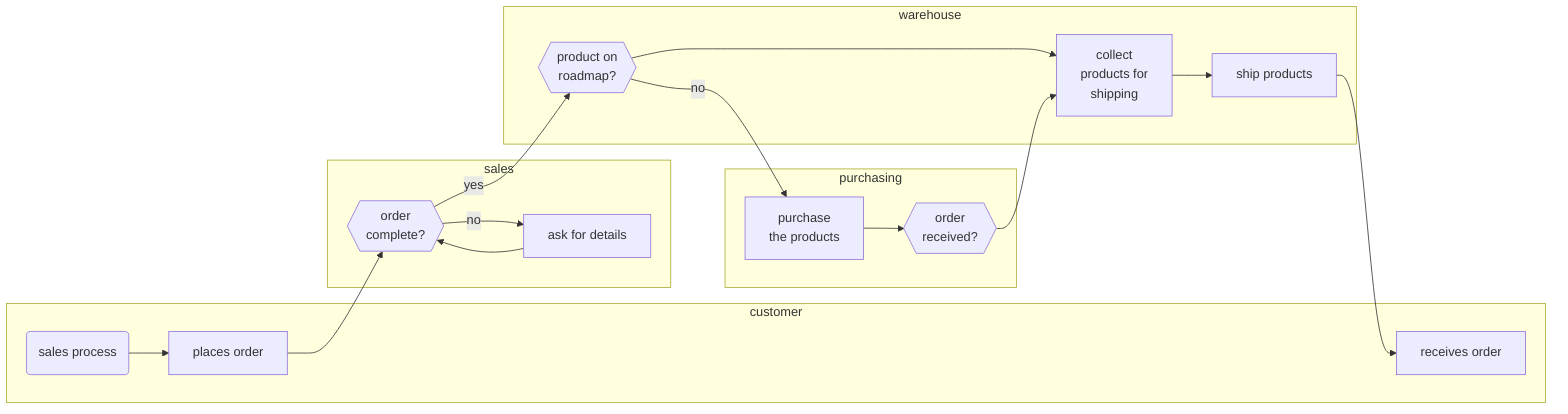
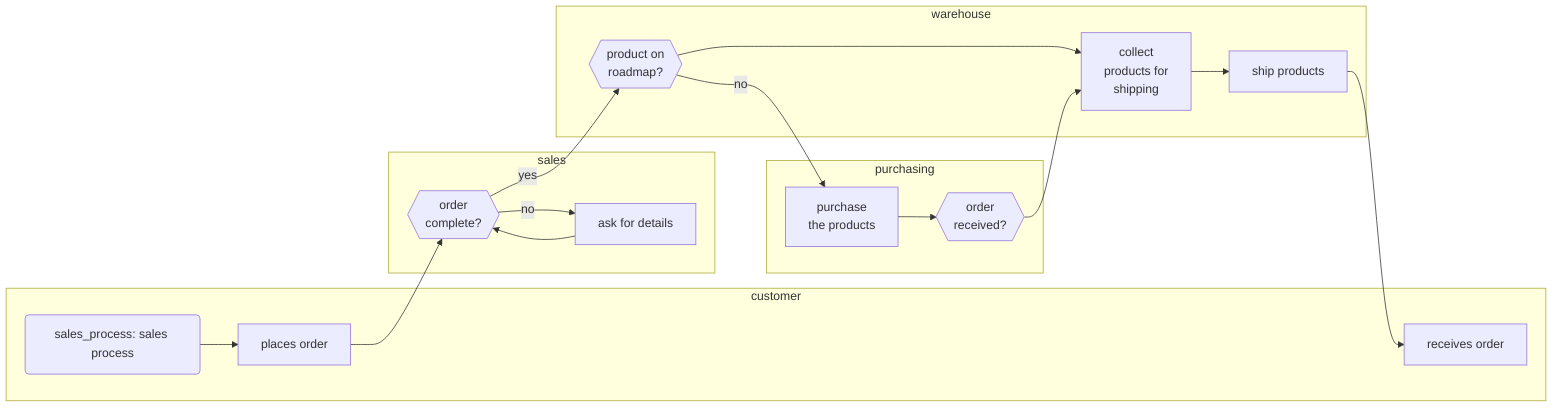
flowchart LR
   subgraph customer
-     sales_process(sales process)
+     sales_process(sales_process: sales process)
    places_order[places order]
    receives_order[receives order]
  end

   subgraph sales
    order_complete{{order<br>complete?}}
    details[ask for details]
  end


  subgraph warehouse
    roadmap{{product on<br>roadmap?}}
    collect[collect<br>products for<br>shipping]
    ship[ship products]
  end
    subgraph purchasing
    purchase[purchase<br>the products]
    received{{order<br>received?}}
  end
    sales_process --> places_order --> order_complete -- no --> details --> order_complete
  order_complete -- yes --> roadmap --> collect --> ship --> receives_order
  roadmap -- no --> purchase --> received --> collect
